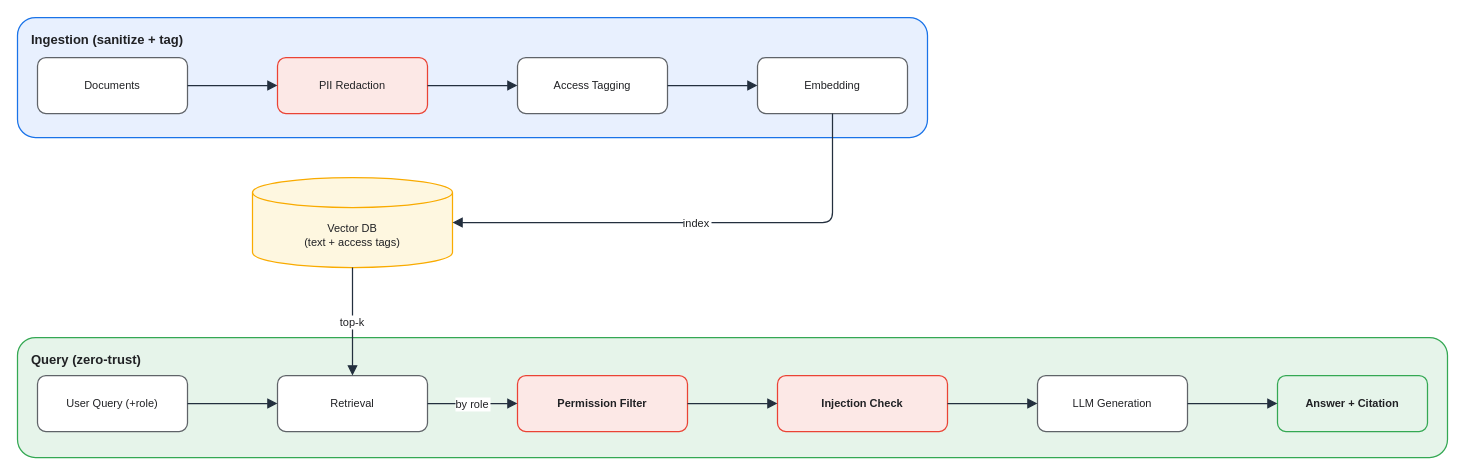
Above: assets/img/ai/rag-05-secure-rag-flow.drawio in KKamJi98/kkamji98.github.io (draw.io), before the change. Source tidied: cells renumbered, new cells numbered last; positions are measured from the earlier drawing's top-left corner, leaving out a move shared by most shapes. Both pictures are drawn from the tidied source at 100%, with x=0, y=0 at pixel (17, 17).
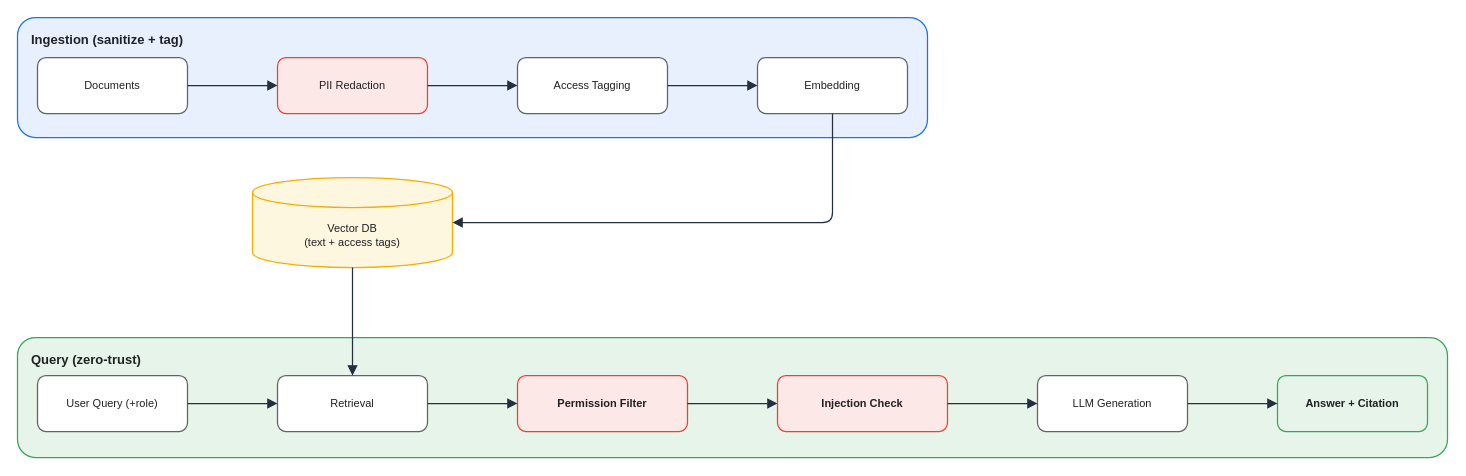
After the change.

The change refers to these unchanged cells:
```xml
<mxCell id="7" value="Embedding" style="rounded=1;whiteSpace=wrap;html=0;fillColor=#FFFFFF;strokeColor=#5F6368;shadow=0;fontSize=11;fontColor=#202124;strokeWidth=1.25;" parent="1" vertex="1">
  <mxGeometry x="740" y="40" width="150" height="56" as="geometry" />
</mxCell>
<mxCell id="8" value="Vector DB&#10;(text + access tags)" style="shape=cylinder3;whiteSpace=wrap;html=0;fillColor=#FEF7E0;strokeColor=#F9AB00;shadow=0;fontSize=11;fontColor=#202124;boundedLbl=1;strokeWidth=1.25;" parent="1" vertex="1">
  <mxGeometry x="235" y="160" width="200" height="90" as="geometry" />
</mxCell>
<mxCell id="10" value="Retrieval" style="rounded=1;whiteSpace=wrap;html=0;fillColor=#FFFFFF;strokeColor=#5F6368;shadow=0;fontSize=11;fontColor=#202124;strokeWidth=1.25;" parent="1" vertex="1">
  <mxGeometry x="260" y="358" width="150" height="56" as="geometry" />
</mxCell>
<mxCell id="11" value="Permission Filter" style="rounded=1;whiteSpace=wrap;html=0;fillColor=#FCE8E6;strokeColor=#EA4335;shadow=0;fontSize=11;fontColor=#202124;fontStyle=1;strokeWidth=1.25;" parent="1" vertex="1">
  <mxGeometry x="500" y="358" width="170" height="56" as="geometry" />
</mxCell>
```

What changed in the source:
```diff
@@
-    <mxCell id="18" value="index" style="edgeStyle=orthogonalEdgeStyle;rounded=1;html=0;endArrow=block;strokeColor=#232F3E;strokeWidth=1.25;fontColor=#202124;fontSize=11;labelBackgroundColor=#FFFFFF;exitX=0.5;exitY=1;exitDx=0;exitDy=0;entryX=1;entryY=0.5;entryDx=0;entryDy=0;endSize=7;" parent="1" edge="1" source="7" target="8">
+    <mxCell id="18" style="edgeStyle=orthogonalEdgeStyle;rounded=1;html=0;endArrow=block;strokeColor=#232F3E;strokeWidth=1.25;fontColor=#202124;fontSize=11;labelBackgroundColor=none;exitX=0.5;exitY=1;exitDx=0;exitDy=0;entryX=1;entryY=0.5;entryDx=0;entryDy=0;endSize=7;" parent="1" edge="1" source="7" target="8">
       <mxGeometry relative="1" as="geometry">
         <Array as="points">
           <mxPoint x="815" y="205" />
         </Array>
       </mxGeometry>
     </mxCell>
-    <mxCell id="19" value="top-k" style="edgeStyle=orthogonalEdgeStyle;rounded=1;html=0;endArrow=block;strokeColor=#232F3E;strokeWidth=1.25;fontColor=#202124;fontSize=11;labelBackgroundColor=#FFFFFF;exitX=0.5;exitY=1;exitDx=0;exitDy=0;entryX=0.5;entryY=0;entryDx=0;entryDy=0;endSize=7;" parent="1" edge="1" source="8" target="10">
+    <mxCell id="19" style="edgeStyle=orthogonalEdgeStyle;rounded=1;html=0;endArrow=block;strokeColor=#232F3E;strokeWidth=1.25;fontColor=#202124;fontSize=11;labelBackgroundColor=none;exitX=0.5;exitY=1;exitDx=0;exitDy=0;entryX=0.5;entryY=0;entryDx=0;entryDy=0;endSize=7;" parent="1" edge="1" source="8" target="10">
       <mxGeometry relative="1" as="geometry" />
     </mxCell>
@@
-    <mxCell id="21" value="by role" style="edgeStyle=orthogonalEdgeStyle;rounded=1;html=0;endArrow=block;strokeColor=#232F3E;strokeWidth=1.25;fontColor=#202124;fontSize=11;labelBackgroundColor=#FFFFFF;endSize=7;" parent="1" edge="1" source="10" target="11">
+    <mxCell id="21" style="edgeStyle=orthogonalEdgeStyle;rounded=1;html=0;endArrow=block;strokeColor=#232F3E;strokeWidth=1.25;fontColor=#202124;fontSize=11;labelBackgroundColor=none;endSize=7;" parent="1" edge="1" source="10" target="11">
       <mxGeometry relative="1" as="geometry" />
     </mxCell>
```
